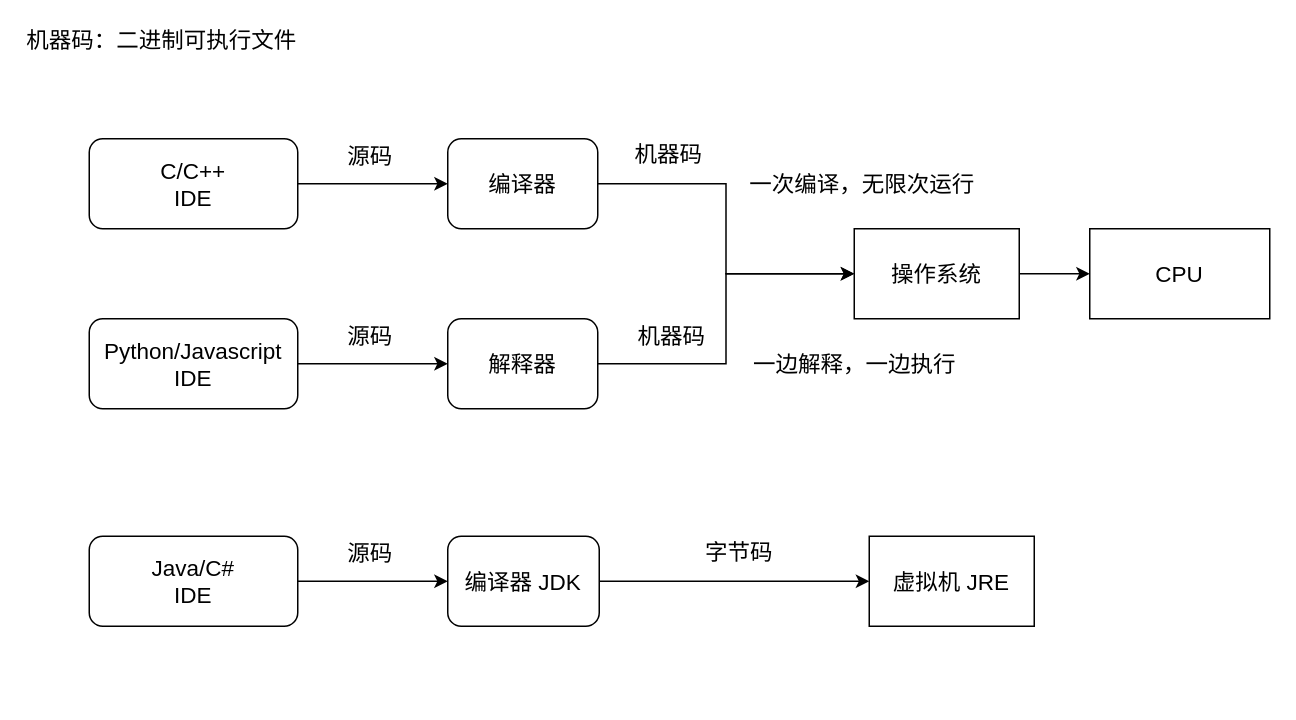
Earlier version of the draw.io diagram 未命名绘图.drawio (Orangon/drawio-digrams). Source tidied: cells renumbered, new cells numbered last; positions are measured from the earlier drawing's top-left corner, leaving out a move shared by most shapes. Both pictures are drawn from the tidied source at 150%, with x=0, y=0 at pixel (88, 138).
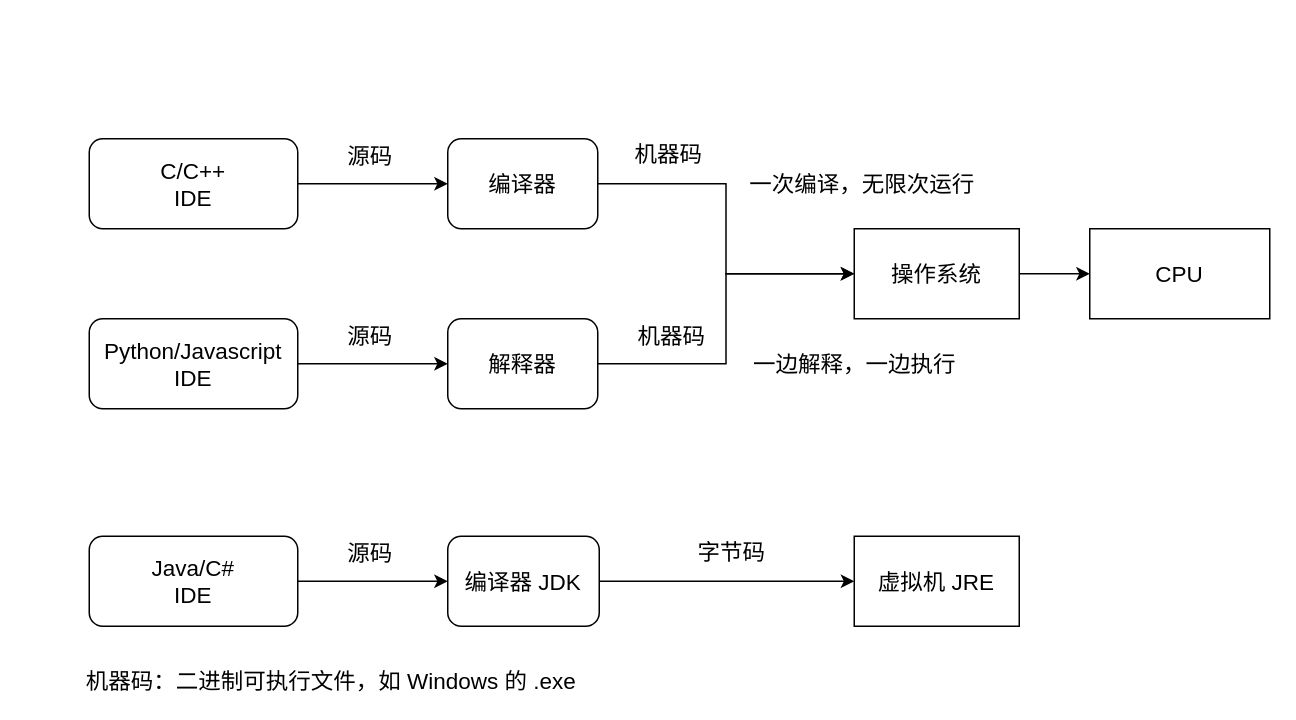
After the change.

Unchanged cells that the change refers to:
```xml
<mxCell id="7" style="edgeStyle=orthogonalEdgeStyle;rounded=0;jettySize=auto;html=1;fontSize=15;" parent="1" edge="1" source="10" target="6">
  <mxGeometry relative="1" as="geometry" />
</mxCell>
```

Diff of the diagram source:
```diff
@@
-    <mxCell id="9" value="机器码：二进制可执行文件" style="edgeLabel;html=1;align=center;verticalAlign=middle;fontSize=15;" parent="7" vertex="1">
+    <mxCell id="9" value="机器码：二进制可执行文件，如 Windows 的 .exe" style="edgeLabel;html=1;align=center;verticalAlign=middle;fontSize=15;" parent="7" vertex="1">
       <mxGeometry x="-0.22" y="-1" relative="1" as="geometry">
-        <mxPoint x="-376" y="-101" as="offset" />
+        <mxPoint x="-263" y="326" as="offset" />
       </mxGeometry>
     </mxCell>
@@
     <mxCell id="25" value="虚拟机 JRE" style="rounded=0;whiteSpace=wrap;html=1;fontSize=15;verticalAlign=middle;" parent="1" vertex="1">
-      <mxGeometry x="520" y="265" width="110" height="60" as="geometry" />
+      <mxGeometry x="510" y="265" width="110" height="60" as="geometry" />
     </mxCell>
```
